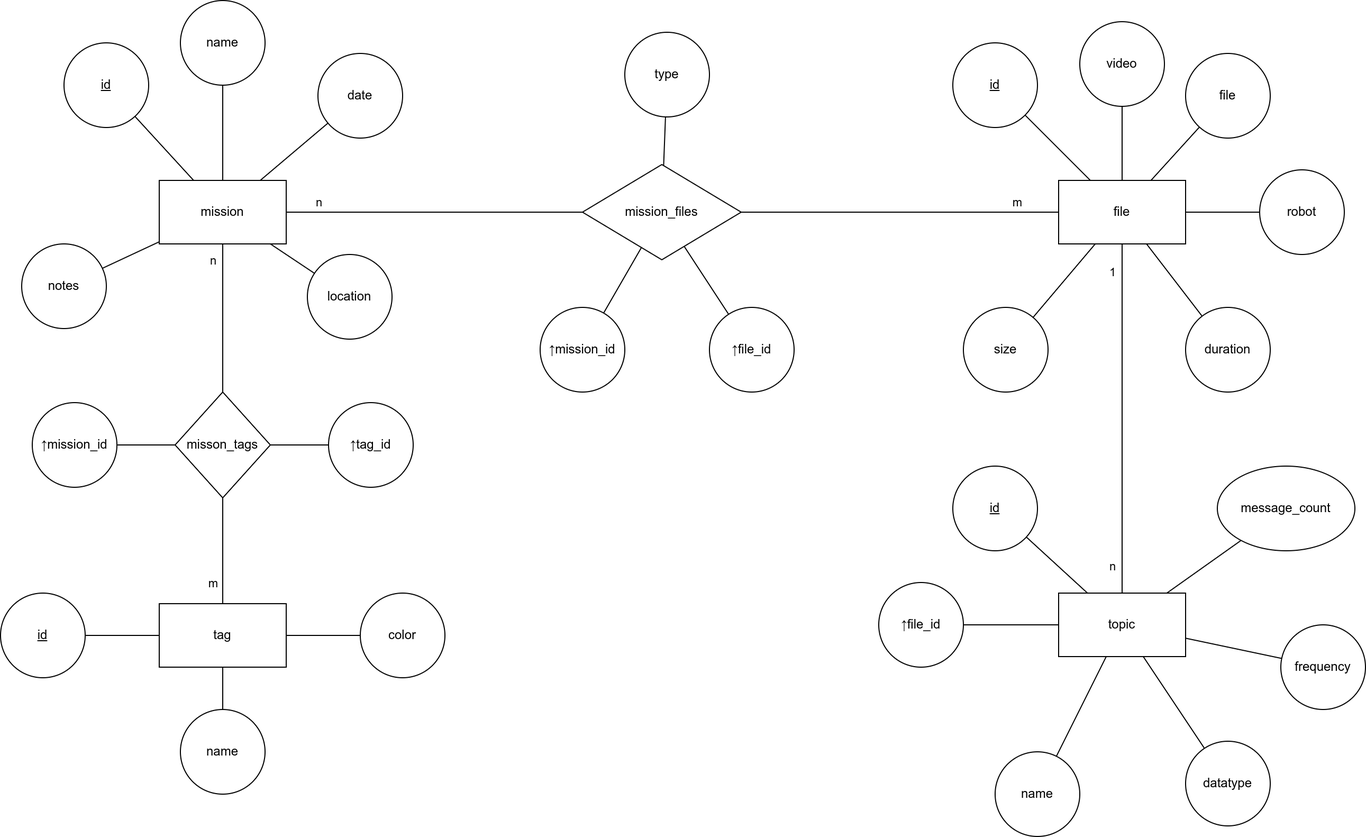
Above: docs/db_scheme/db_scheme_er_diagram.png in brendel-group/mission_db (draw.io), before the change. Source tidied: cells renumbered, new cells last; positions are measured from the earlier drawing's top-left corner, leaving out a move shared by most shapes.
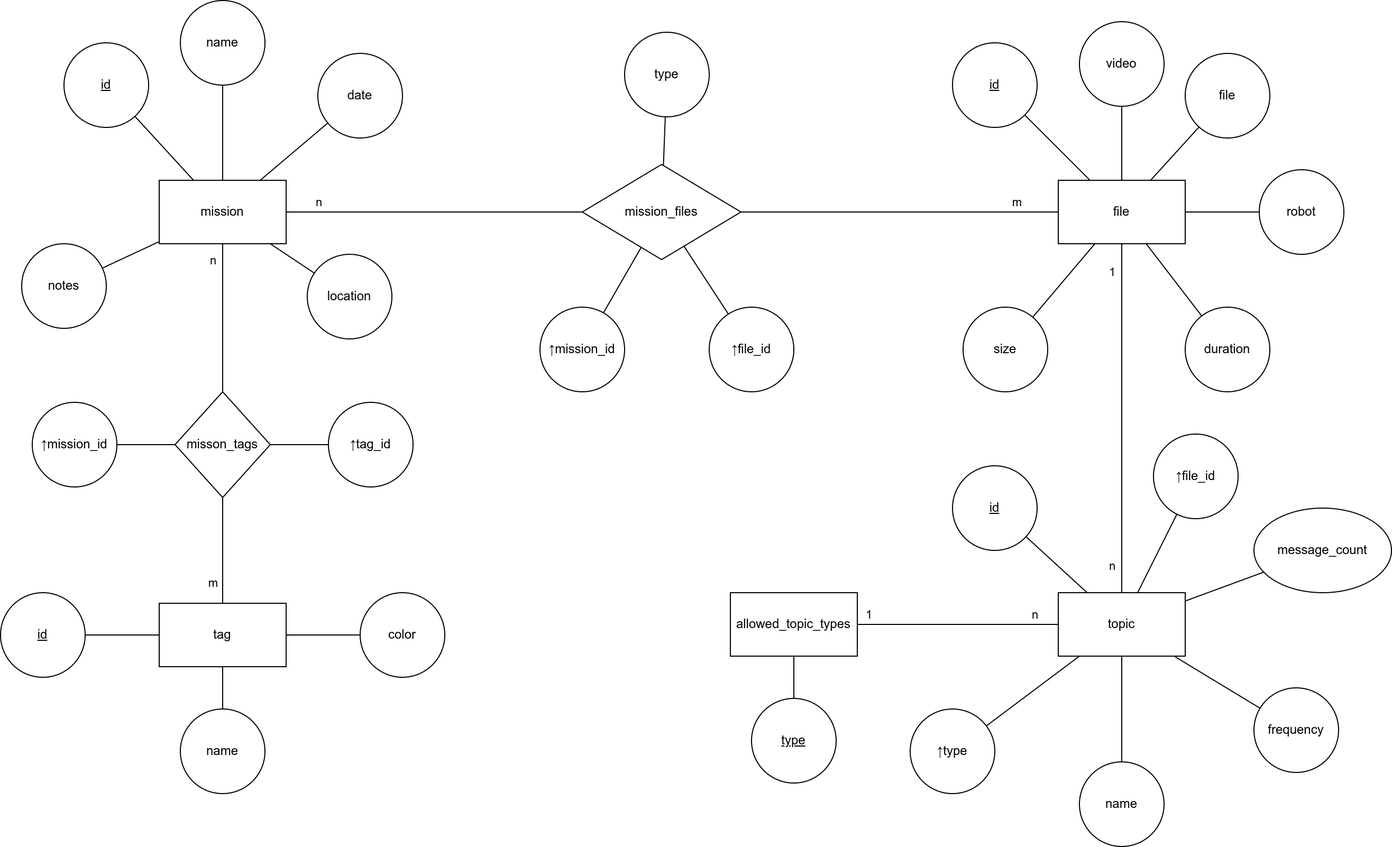
Above is the later version.

Commit message:
Add topic type allow list and explanation

Change to the diagram source:
```diff
@@ -203,6 +203,19 @@
     <mxCell id="64" style="edgeStyle=none;shape=connector;rounded=0;jettySize=auto;html=1;labelBackgroundColor=default;strokeColor=default;align=center;verticalAlign=middle;fontFamily=Helvetica;fontSize=11;fontColor=default;endArrow=none;" parent="1" edge="1" source="65" target="71">
       <mxGeometry relative="1" as="geometry" />
     </mxCell>
+    <mxCell id="73" style="edgeStyle=none;shape=connector;rounded=0;jettySize=auto;html=1;labelBackgroundColor=default;strokeColor=default;align=center;verticalAlign=middle;fontFamily=Helvetica;fontSize=11;fontColor=default;endArrow=none;" parent="1" edge="1" source="65" target="77">
+      <mxGeometry relative="1" as="geometry" />
+    </mxCell>
+    <mxCell id="74" value="1" style="edgeLabel;html=1;align=center;verticalAlign=middle;fontSize=11;fontFamily=Helvetica;fontColor=default;" parent="73" vertex="1">
+      <mxGeometry x="0.62" relative="1" as="geometry">
+        <mxPoint x="-26" y="-10" as="offset" />
+      </mxGeometry>
+    </mxCell>
+    <mxCell id="75" value="n" style="edgeLabel;html=1;align=center;verticalAlign=middle;fontSize=11;fontFamily=Helvetica;fontColor=default;" parent="73" vertex="1">
+      <mxGeometry x="-0.69" y="3" relative="1" as="geometry">
+        <mxPoint x="6" y="-13" as="offset" />
+      </mxGeometry>
+    </mxCell>
     <mxCell id="65" value="topic" style="rounded=0;whiteSpace=wrap;html=1;" parent="1" vertex="1">
       <mxGeometry x="1000" y="560" width="120" height="60" as="geometry" />
     </mxCell>
@@ -210,22 +223,31 @@
       <mxGeometry x="900" y="440" width="80" height="80" as="geometry" />
     </mxCell>
     <mxCell id="67" value="↑file_id" style="ellipse;whiteSpace=wrap;html=1;rounded=0;" parent="1" vertex="1">
-      <mxGeometry x="830" y="550" width="80" height="80" as="geometry" />
+      <mxGeometry x="1090" y="410" width="80" height="80" as="geometry" />
     </mxCell>
     <mxCell id="68" value="name" style="ellipse;whiteSpace=wrap;html=1;rounded=0;" parent="1" vertex="1">
-      <mxGeometry x="940" y="710" width="80" height="80" as="geometry" />
+      <mxGeometry x="1020" y="720" width="80" height="80" as="geometry" />
     </mxCell>
-    <mxCell id="69" value="datatype" style="ellipse;whiteSpace=wrap;html=1;rounded=0;" parent="1" vertex="1">
-      <mxGeometry x="1120" y="700" width="80" height="80" as="geometry" />
+    <mxCell id="69" value="↑type" style="ellipse;whiteSpace=wrap;html=1;rounded=0;" parent="1" vertex="1">
+      <mxGeometry x="860" y="670" width="80" height="80" as="geometry" />
     </mxCell>
     <mxCell id="70" value="message_count" style="ellipse;whiteSpace=wrap;html=1;rounded=0;" parent="1" vertex="1">
-      <mxGeometry x="1150" y="440" width="130" height="80" as="geometry" />
+      <mxGeometry x="1185" y="480" width="130" height="80" as="geometry" />
     </mxCell>
     <mxCell id="71" value="frequency" style="ellipse;whiteSpace=wrap;html=1;rounded=0;" parent="1" vertex="1">
-      <mxGeometry x="1210" y="590" width="80" height="80" as="geometry" />
+      <mxGeometry x="1185" y="650" width="80" height="80" as="geometry" />
     </mxCell>
     <mxCell id="72" value="video" style="ellipse;whiteSpace=wrap;html=1;rounded=0;" parent="1" vertex="1">
       <mxGeometry x="1020" y="20" width="80" height="80" as="geometry" />
     </mxCell>
+    <mxCell id="76" style="edgeStyle=none;shape=connector;rounded=0;jettySize=auto;html=1;labelBackgroundColor=default;strokeColor=default;align=center;verticalAlign=middle;fontFamily=Helvetica;fontSize=11;fontColor=default;endArrow=none;" parent="1" edge="1" source="77" target="78">
+      <mxGeometry relative="1" as="geometry" />
+    </mxCell>
+    <mxCell id="77" value="allowed_topic_types" style="rounded=0;whiteSpace=wrap;html=1;" parent="1" vertex="1">
+      <mxGeometry x="690" y="560" width="120" height="60" as="geometry" />
+    </mxCell>
+    <mxCell id="78" value="&lt;u&gt;type&lt;/u&gt;" style="ellipse;whiteSpace=wrap;html=1;rounded=0;" parent="1" vertex="1">
+      <mxGeometry x="710" y="660" width="80" height="80" as="geometry" />
+    </mxCell>
   </root>
 </mxGraphModel>
```
